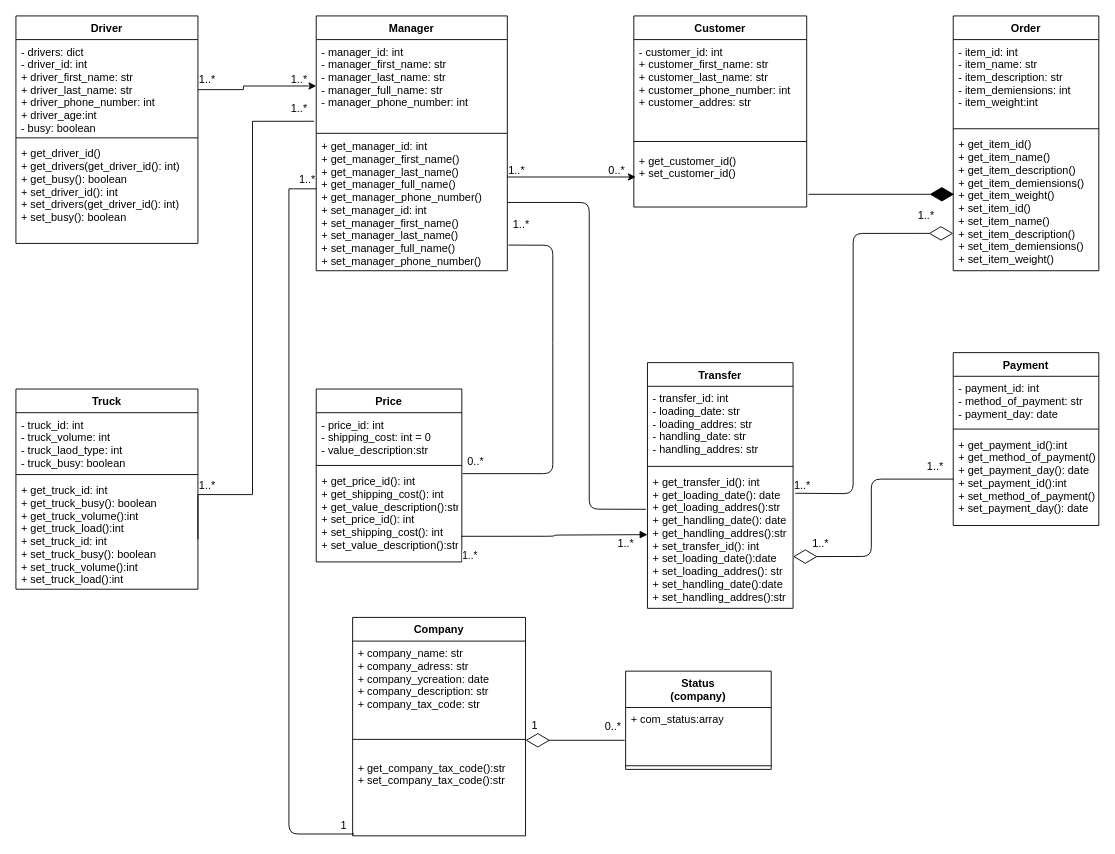
Argam431/PYTHON3-2 keeps this draw.io diagram as page "Page-1" (1 of 2) of d.drawio. Above is the earlier version. Source tidied: cells renumbered, new cells numbered last; positions are measured from the earlier drawing's top-left corner, leaving out a move shared by most shapes. Both pictures are drawn from the tidied source at 91%, with x=0, y=0 at pixel (15, 15).
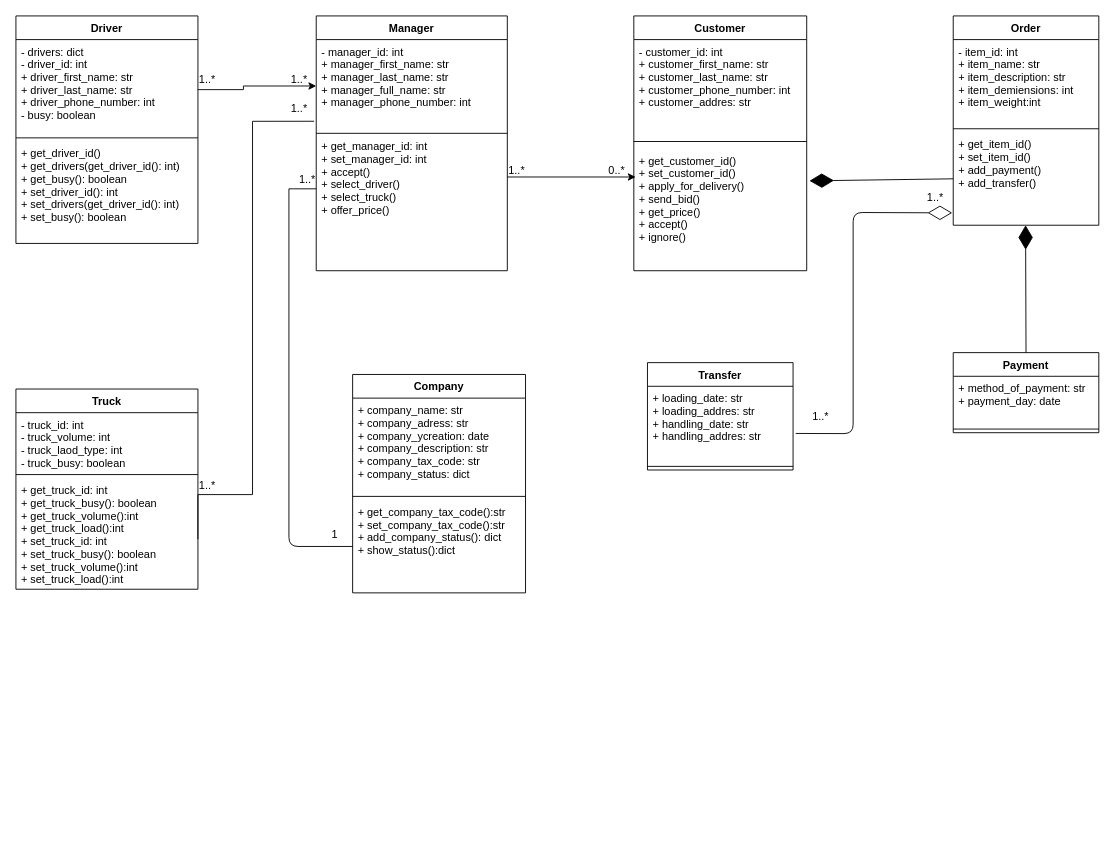
The same diagram, later.

The change refers to these unchanged cells:
```xml
<mxCell id="2" value="Manager" style="swimlane;fontStyle=1;align=center;verticalAlign=top;horizontal=1;startSize=26;" parent="1" vertex="1">
  <mxGeometry x="330" width="210" height="280" as="geometry" />
</mxCell>
<mxCell id="14" value="Driver" style="swimlane;fontStyle=1;align=center;verticalAlign=top;horizontal=1;startSize=26;" parent="1" vertex="1">
  <mxGeometry width="200" height="250" as="geometry" />
</mxCell>
```

Change to the diagram source:
```diff
@@
-    <mxCell id="3" value="- manager_id: int&#10;- manager_first_name: str &#10;- manager_last_name: str&#10;- manager_full_name: str&#10;- manager_phone_number: int" style="text;strokeColor=none;fillColor=none;align=left;verticalAlign=top;spacingLeft=4;spacingRight=4;overflow=hidden;points=[[0,0.5],[1,0.5]];portConstraint=eastwest;" parent="2" vertex="1">
+    <mxCell id="3" value="- manager_id: int&#10;+ manager_first_name: str &#10;+ manager_last_name: str&#10;+ manager_full_name: str&#10;+ manager_phone_number: int" style="text;strokeColor=none;fillColor=none;align=left;verticalAlign=top;spacingLeft=4;spacingRight=4;overflow=hidden;points=[[0,0.5],[1,0.5]];portConstraint=eastwest;" parent="2" vertex="1">
       <mxGeometry y="26" width="210" height="104" as="geometry" />
     </mxCell>
-    <mxCell id="4" value="+ get_manager_id: int&#10;+ get_manager_first_name()&#10;+ get_manager_last_name()&#10;+ get_manager_full_name()&#10;+ get_manager_phone_number()&#10;+ set_manager_id: int&#10;+ set_manager_first_name()&#10;+ set_manager_last_name()&#10;+ set_manager_full_name()&#10;+ set_manager_phone_number()&#10;&#10;" style="text;strokeColor=none;fillColor=none;align=left;verticalAlign=top;spacingLeft=4;spacingRight=4;overflow=hidden;points=[[0,0.5],[1,0.5]];portConstraint=eastwest;" parent="2" vertex="1">
+    <mxCell id="4" value="+ get_manager_id: int&#10;+ set_manager_id: int&#10;+ accept()&#10;+ select_driver()&#10;+ select_truck()&#10;+ offer_price()&#10;&#10;&#10;" style="text;strokeColor=none;fillColor=none;align=left;verticalAlign=top;spacingLeft=4;spacingRight=4;overflow=hidden;points=[[0,0.5],[1,0.5]];portConstraint=eastwest;" parent="2" vertex="1">
       <mxGeometry y="130" width="210" height="150" as="geometry" />
     </mxCell>
@@
     <mxCell id="6" value="Customer" style="swimlane;fontStyle=1;align=center;verticalAlign=top;horizontal=1;startSize=26;" parent="1" vertex="1">
-      <mxGeometry x="679" width="190" height="210" as="geometry" />
+      <mxGeometry x="679" width="190" height="280" as="geometry" />
     </mxCell>
@@
-    <mxCell id="9" value="+ get_customer_id()&#10;+ set_customer_id()&#10;&#10;&#10;" style="text;strokeColor=none;fillColor=none;align=left;verticalAlign=top;spacingLeft=4;spacingRight=4;overflow=hidden;points=[[0,0.5],[1,0.5]];portConstraint=eastwest;" parent="6" vertex="1">
-      <mxGeometry y="146" width="190" height="64" as="geometry" />
+    <mxCell id="9" value="+ get_customer_id()&#10;+ set_customer_id()&#10;+ apply_for_delivery()&#10;+ send_bid()&#10;+ get_price()&#10;+ accept()&#10;+ ignore()&#10;&#10;&#10;" style="text;strokeColor=none;fillColor=none;align=left;verticalAlign=top;spacingLeft=4;spacingRight=4;overflow=hidden;points=[[0,0.5],[1,0.5]];portConstraint=eastwest;" parent="6" vertex="1">
+      <mxGeometry y="146" width="190" height="134" as="geometry" />
     </mxCell>
@@
-    <mxCell id="15" value="- drivers: dict&#10;- driver_id: int&#10;+ driver_first_name: str &#10;+ driver_last_name: str&#10;+ driver_phone_number: int&#10;+ driver_age:int&#10;- busy: boolean&#10;" style="text;strokeColor=none;fillColor=none;align=left;verticalAlign=top;spacingLeft=4;spacingRight=4;overflow=hidden;" parent="14" vertex="1">
+    <mxCell id="15" value="- drivers: dict&#10;- driver_id: int&#10;+ driver_first_name: str &#10;+ driver_last_name: str&#10;+ driver_phone_number: int&#10;- busy: boolean&#10;" style="text;strokeColor=none;fillColor=none;align=left;verticalAlign=top;spacingLeft=4;spacingRight=4;overflow=hidden;" parent="14" vertex="1">
       <mxGeometry y="26" width="200" height="104" as="geometry" />
     </mxCell>
@@
     <mxCell id="24" value="Order" style="swimlane;fontStyle=1;align=center;verticalAlign=top;horizontal=1;startSize=26;" parent="1" vertex="1">
-      <mxGeometry x="1030" width="160" height="280" as="geometry" />
+      <mxGeometry x="1030" width="160" height="230" as="geometry" />
     </mxCell>
-    <mxCell id="25" value="- item_id: int&#10;- item_name: str &#10;- item_description: str&#10;- item_demiensions: int&#10;- item_weight:int" style="text;strokeColor=none;fillColor=none;align=left;verticalAlign=top;spacingLeft=4;spacingRight=4;overflow=hidden;" parent="24" vertex="1">
+    <mxCell id="25" value="- item_id: int&#10;+ item_name: str &#10;+ item_description: str&#10;+ item_demiensions: int&#10;+ item_weight:int" style="text;strokeColor=none;fillColor=none;align=left;verticalAlign=top;spacingLeft=4;spacingRight=4;overflow=hidden;" parent="24" vertex="1">
       <mxGeometry y="26" width="160" height="94" as="geometry" />
     </mxCell>
@@
-    <mxCell id="27" value="+ get_item_id()&#10;+ get_item_name() &#10;+ get_item_description()&#10;+ get_item_demiensions()&#10;+ get_item_weight()&#10;+ set_item_id()&#10;+ set_item_name() &#10;+ set_item_description()&#10;+ set_item_demiensions()&#10;+ set_item_weight()" style="text;strokeColor=none;fillColor=none;align=left;verticalAlign=top;spacingLeft=4;spacingRight=4;overflow=hidden;points=[[0,0.5],[1,0.5]];portConstraint=eastwest;" parent="24" vertex="1">
-      <mxGeometry y="128" width="160" height="152" as="geometry" />
+    <mxCell id="27" value="+ get_item_id()&#10;+ set_item_id()&#10;+ add_payment()&#10;+ add_transfer()&#10;" style="text;strokeColor=none;fillColor=none;align=left;verticalAlign=top;spacingLeft=4;spacingRight=4;overflow=hidden;points=[[0,0.5],[1,0.5]];portConstraint=eastwest;" parent="24" vertex="1">
+      <mxGeometry y="128" width="160" height="102" as="geometry" />
     </mxCell>
     <mxCell id="28" value="Transfer" style="swimlane;fontStyle=1;align=center;verticalAlign=top;horizontal=1;startSize=26;" parent="1" vertex="1">
-      <mxGeometry x="694" y="381" width="160" height="270" as="geometry" />
+      <mxGeometry x="694" y="381" width="160" height="118" as="geometry" />
     </mxCell>
-    <mxCell id="29" value="- transfer_id: int&#10;- loading_date: str&#10;- loading_addres: str&#10;- handling_date: str&#10;- handling_addres: str&#10;" style="text;strokeColor=none;fillColor=none;align=left;verticalAlign=top;spacingLeft=4;spacingRight=4;overflow=hidden;points=[[0,0.5],[1,0.5]];portConstraint=eastwest;" parent="28" vertex="1">
+    <mxCell id="29" value="+ loading_date: str&#10;+ loading_addres: str&#10;+ handling_date: str&#10;+ handling_addres: str&#10;" style="text;strokeColor=none;fillColor=none;align=left;verticalAlign=top;spacingLeft=4;spacingRight=4;overflow=hidden;points=[[0,0.5],[1,0.5]];portConstraint=eastwest;" parent="28" vertex="1">
       <mxGeometry y="26" width="160" height="84" as="geometry" />
     </mxCell>
@@
-    <mxCell id="31" value="+ get_transfer_id(): int&#10;+ get_loading_date(): date&#10;+ get_loading_addres():str&#10;+ get_handling_date(): date&#10;+ get_handling_addres():str&#10;+ set_transfer_id(): int&#10;+ set_loading_date():date&#10;+ set_loading_addres(): str&#10;+ set_handling_date():date&#10;+ set_handling_addres():str" style="text;strokeColor=none;fillColor=none;align=left;verticalAlign=top;spacingLeft=4;spacingRight=4;overflow=hidden;points=[[0,0.5],[1,0.5]];portConstraint=eastwest;" parent="28" vertex="1">
-      <mxGeometry y="118" width="160" height="152" as="geometry" />
-    </mxCell>
     <mxCell id="32" value="Payment" style="swimlane;fontStyle=1;align=center;verticalAlign=top;horizontal=1;startSize=26;" parent="1" vertex="1">
-      <mxGeometry x="1030" y="370" width="160" height="190" as="geometry" />
+      <mxGeometry x="1030" y="370" width="160" height="88" as="geometry" />
     </mxCell>
-    <mxCell id="33" value="- payment_id: int&#10;- method_of_payment: str&#10;- payment_day: date&#10;" style="text;strokeColor=none;fillColor=none;align=left;verticalAlign=top;spacingLeft=4;spacingRight=4;overflow=hidden;" parent="32" vertex="1">
+    <mxCell id="33" value="+ method_of_payment: str&#10;+ payment_day: date&#10;" style="text;strokeColor=none;fillColor=none;align=left;verticalAlign=top;spacingLeft=4;spacingRight=4;overflow=hidden;" parent="32" vertex="1">
       <mxGeometry y="26" width="160" height="54" as="geometry" />
     </mxCell>
@@
-    <mxCell id="35" value="+ get_payment_id():int&#10;+ get_method_of_payment()&#10;+ get_payment_day(): date&#10;+ set_payment_id():int&#10;+ set_method_of_payment()&#10;+ set_payment_day(): date&#10;" style="text;strokeColor=none;fillColor=none;align=left;verticalAlign=top;spacingLeft=4;spacingRight=4;overflow=hidden;points=[[0,0.5],[1,0.5]];portConstraint=eastwest;" parent="32" vertex="1">
-      <mxGeometry y="88" width="160" height="102" as="geometry" />
-    </mxCell>
-    <mxCell id="36" value="Price" style="swimlane;fontStyle=1;align=center;verticalAlign=top;horizontal=1;startSize=26;" parent="1" vertex="1">
-      <mxGeometry x="330" y="410" width="160" height="190" as="geometry" />
-    </mxCell>
-    <mxCell id="37" value="- price_id: int&#10;- shipping_cost: int = 0&#10;- value_description:str&#10;&#10;" style="text;strokeColor=none;fillColor=none;align=left;verticalAlign=top;spacingLeft=4;spacingRight=4;overflow=hidden;" parent="36" vertex="1">
-      <mxGeometry y="26" width="160" height="54" as="geometry" />
-    </mxCell>
-    <mxCell id="38" style="line;strokeWidth=1;fillColor=none;align=left;verticalAlign=middle;spacingTop=-1;spacingLeft=3;spacingRight=3;labelPosition=right;" parent="36" vertex="1">
-      <mxGeometry y="80" width="160" height="8" as="geometry" />
-    </mxCell>
-    <mxCell id="39" value="+ get_price_id(): int&#10;+ get_shipping_cost(): int&#10;+ get_value_description():str&#10;+ set_price_id(): int&#10;+ set_shipping_cost(): int&#10;+ set_value_description():str" style="text;strokeColor=none;fillColor=none;align=left;verticalAlign=top;spacingLeft=4;spacingRight=4;overflow=hidden;points=[[0,0.5],[1,0.5]];portConstraint=eastwest;" parent="36" vertex="1">
-      <mxGeometry y="88" width="160" height="102" as="geometry" />
-    </mxCell>
     <mxCell id="40" value="Company" style="swimlane;fontStyle=1;align=center;verticalAlign=top;horizontal=1;startSize=26;" parent="1" vertex="1">
-      <mxGeometry x="370" y="661" width="190" height="240" as="geometry" />
+      <mxGeometry x="370" y="394" width="190" height="240" as="geometry" />
     </mxCell>
-    <mxCell id="41" value="+ company_name: str&#10;+ company_adress: str&#10;+ company_ycreation: date&#10;+ company_description: str&#10;+ company_tax_code: str&#10;&#10;&#10;" style="text;strokeColor=none;fillColor=none;align=left;verticalAlign=top;spacingLeft=4;spacingRight=4;overflow=hidden;" parent="40" vertex="1">
+    <mxCell id="41" value="+ company_name: str&#10;+ company_adress: str&#10;+ company_ycreation: date&#10;+ company_description: str&#10;+ company_tax_code: str&#10;+ company_status: dict&#10;&#10;" style="text;strokeColor=none;fillColor=none;align=left;verticalAlign=top;spacingLeft=4;spacingRight=4;overflow=hidden;" parent="40" vertex="1">
       <mxGeometry y="26" width="190" height="104" as="geometry" />
     </mxCell>
@@
-    <mxCell id="43" value=" &#10;+ get_company_tax_code():str&#10;+ set_company_tax_code():str&#10;&#10;&#10;&#10;" style="text;strokeColor=none;fillColor=none;align=left;verticalAlign=top;spacingLeft=4;spacingRight=4;overflow=hidden;points=[[0,0.5],[1,0.5]];portConstraint=eastwest;" parent="40" vertex="1">
+    <mxCell id="43" value="+ get_company_tax_code():str&#10;+ set_company_tax_code():str&#10;+ add_company_status(): dict&#10;+ show_status():dict&#10;&#10;&#10;" style="text;strokeColor=none;fillColor=none;align=left;verticalAlign=top;spacingLeft=4;spacingRight=4;overflow=hidden;points=[[0,0.5],[1,0.5]];portConstraint=eastwest;" parent="40" vertex="1">
       <mxGeometry y="138" width="190" height="102" as="geometry" />
     </mxCell>
-    <mxCell id="44" value="Status&#10;(company)" style="swimlane;fontStyle=1;align=center;verticalAlign=top;horizontal=1;startSize=40;" parent="1" vertex="1">
-      <mxGeometry x="670" y="720" width="160" height="108" as="geometry" />
-    </mxCell>
-    <mxCell id="45" value="+ com_status:array" style="text;strokeColor=none;fillColor=none;align=left;verticalAlign=top;spacingLeft=4;spacingRight=4;overflow=hidden;" parent="44" vertex="1">
-      <mxGeometry y="40" width="160" height="60" as="geometry" />
-    </mxCell>
-    <mxCell id="46" style="line;strokeWidth=1;fillColor=none;align=left;verticalAlign=middle;spacingTop=-1;spacingLeft=3;spacingRight=3;labelPosition=right;" parent="44" vertex="1">
-      <mxGeometry y="100" width="160" height="8" as="geometry" />
-    </mxCell>
-    <mxCell id="47" value="1" style="text;html=1;align=center;verticalAlign=middle;strokeColor=none;" parent="1" vertex="1">
-      <mxGeometry x="560" y="770" width="20" height="20" as="geometry" />
-    </mxCell>
-    <mxCell id="48" value="0..*" style="text;html=1;align=center;verticalAlign=middle;strokeColor=none;" parent="1" vertex="1">
-      <mxGeometry x="641" y="771" width="30" height="20" as="geometry" />
-    </mxCell>
-    <mxCell id="49" style="endArrow=diamondThin;endFill=0;endSize=24;html=1;" parent="1" edge="1">
-      <mxGeometry relative="1" as="geometry">
-        <mxPoint x="669" y="796" as="sourcePoint" />
-        <mxPoint x="560" y="796" as="targetPoint" />
-      </mxGeometry>
-    </mxCell>
-    <mxCell id="50" style="endArrow=none;html=1;entryX=1.006;entryY=0.812;entryDx=0;entryDy=0;entryPerimeter=0;exitX=0.027;exitY=1.15;exitDx=0;exitDy=0;exitPerimeter=0;" parent="1" edge="1" source="58" target="4">
-      <mxGeometry relative="1" as="geometry">
-        <Array as="points">
-          <mxPoint x="590" y="503" />
-          <mxPoint x="590" y="370" />
-          <mxPoint x="590" y="252" />
-        </Array>
-      </mxGeometry>
-    </mxCell>
-    <mxCell id="51" style="endArrow=none;html=1;exitX=1.08;exitY=0.95;exitDx=0;exitDy=0;exitPerimeter=0;" parent="1" edge="1" source="53">
+    <mxCell id="51" style="endArrow=none;html=1;exitX=0;exitY=0.5;exitDx=0;exitDy=0;" parent="1" edge="1" source="43">
       <mxGeometry relative="1" as="geometry">
         <mxPoint x="300" y="190" as="targetPoint" />
         <Array as="points">
-          <mxPoint x="300" y="899" />
+          <mxPoint x="300" y="583" />
         </Array>
       </mxGeometry>
     </mxCell>
@@
     <mxCell id="53" value="1" style="text;html=1;align=center;verticalAlign=middle;points=[];strokeColor=none;" parent="1" vertex="1">
-      <mxGeometry x="350" y="880" width="20" height="20" as="geometry" />
+      <mxGeometry x="340" y="560" width="20" height="20" as="geometry" />
     </mxCell>
@@
-    <mxCell id="58" value="0..*" style="text;html=1;align=center;verticalAlign=middle;points=[];strokeColor=none;" parent="1" vertex="1">
-      <mxGeometry x="490" y="480" width="30" height="20" as="geometry" />
-    </mxCell>
-    <mxCell id="59" value="1..*" style="text;html=1;align=center;verticalAlign=middle;strokeColor=none;" parent="1" vertex="1">
-      <mxGeometry x="540" y="220" width="30" height="20" as="geometry" />
-    </mxCell>
-    <mxCell id="60" style="endArrow=none;html=1;entryX=-0.01;entryY=0.284;entryDx=0;entryDy=0;entryPerimeter=0;exitX=1;exitY=0.5;exitDx=0;exitDy=0;" parent="1" edge="1" source="4" target="31">
-      <mxGeometry relative="1" as="geometry">
-        <Array as="points">
-          <mxPoint x="630" y="205" />
-          <mxPoint x="630" y="542" />
-        </Array>
-      </mxGeometry>
-    </mxCell>
-    <mxCell id="61" style="endArrow=diamondThin;endFill=0;endSize=24;html=1;entryX=1;entryY=0.626;entryDx=0;entryDy=0;entryPerimeter=0;exitX=0;exitY=0.5;exitDx=0;exitDy=0;" parent="1" edge="1" source="35" target="31">
+    <mxCell id="61" style="endArrow=diamondThin;endFill=0;endSize=24;html=1;entryX=-0.007;entryY=0.867;entryDx=0;entryDy=0;entryPerimeter=0;exitX=1.018;exitY=0.617;exitDx=0;exitDy=0;exitPerimeter=0;" parent="1" edge="1" source="29" target="27">
       <mxGeometry relative="1" as="geometry">
         <Array as="points">
-          <mxPoint x="940" y="509" />
-          <mxPoint x="940" y="594" />
+          <mxPoint x="920" y="459" />
+          <mxPoint x="920" y="216" />
         </Array>
       </mxGeometry>
     </mxCell>
     <mxCell id="62" value="1..*" style="text;html=1;align=center;verticalAlign=middle;strokeColor=none;" parent="1" vertex="1">
-      <mxGeometry x="849" y="506" width="30" height="20" as="geometry" />
+      <mxGeometry x="869" y="430" width="30" height="20" as="geometry" />
     </mxCell>
-    <mxCell id="63" value="1..*" style="text;html=1;align=center;verticalAlign=middle;strokeColor=none;" parent="1" vertex="1">
-      <mxGeometry x="995" y="486" width="30" height="20" as="geometry" />
-    </mxCell>
-    <mxCell id="64" style="endArrow=diamondThin;endFill=0;endSize=24;html=1;exitX=1.015;exitY=0.168;exitDx=0;exitDy=0;exitPerimeter=0;entryX=0;entryY=0.73;entryDx=0;entryDy=0;entryPerimeter=0;" parent="1" edge="1" source="31" target="27">
-      <mxGeometry relative="1" as="geometry">
-        <Array as="points">
-          <mxPoint x="920" y="525" />
-          <mxPoint x="920" y="430" />
-          <mxPoint x="920" y="239" />
-        </Array>
-      </mxGeometry>
-    </mxCell>
-    <mxCell id="65" value="1..*" style="text;html=1;align=center;verticalAlign=middle;strokeColor=none;" parent="1" vertex="1">
-      <mxGeometry x="869" y="570" width="30" height="20" as="geometry" />
-    </mxCell>
     <mxCell id="66" value="1..*" style="text;html=1;align=center;verticalAlign=middle;strokeColor=none;" parent="1" vertex="1">
-      <mxGeometry x="985" y="210" width="30" height="20" as="geometry" />
+      <mxGeometry x="995" y="190" width="30" height="20" as="geometry" />
     </mxCell>
-    <mxCell id="67" value="1..*" style="endArrow=block;endFill=1;html=1;edgeStyle=orthogonalEdgeStyle;align=left;verticalAlign=top;exitX=0.995;exitY=0.724;exitDx=0;exitDy=0;exitPerimeter=0;" parent="1" edge="1" source="39">
-      <mxGeometry x="-1" y="-8" relative="1" as="geometry">
-        <mxPoint x="694" y="570" as="targetPoint" />
-      </mxGeometry>
-    </mxCell>
-    <mxCell id="68" value="1..*" style="text;html=1;align=center;verticalAlign=middle;strokeColor=none;" parent="1" vertex="1">
-      <mxGeometry x="655" y="570" width="30" height="20" as="geometry" />
-    </mxCell>
-    <mxCell id="69" style="endArrow=diamondThin;endFill=1;endSize=24;html=1;" parent="1" edge="1">
-      <mxGeometry relative="1" as="geometry">
-        <mxPoint x="871" y="196" as="sourcePoint" />
-        <mxPoint x="1031" y="196" as="targetPoint" />
-      </mxGeometry>
+    <mxCell id="69" style="endArrow=diamondThin;endFill=1;endSize=24;html=1;entryX=1.016;entryY=0.263;entryDx=0;entryDy=0;exitX=0;exitY=0.5;exitDx=0;exitDy=0;entryPerimeter=0;" parent="1" edge="1" source="27" target="9">
+      <mxGeometry relative="1" as="geometry" />
     </mxCell>
+    <mxCell id="70" style="endArrow=diamondThin;endFill=1;endSize=24;html=1;exitX=0.5;exitY=0;exitDx=0;exitDy=0;entryX=0.497;entryY=1;entryDx=0;entryDy=0;entryPerimeter=0;" parent="1" edge="1" source="32" target="27">
+      <mxGeometry relative="1" as="geometry" />
+    </mxCell>
```
